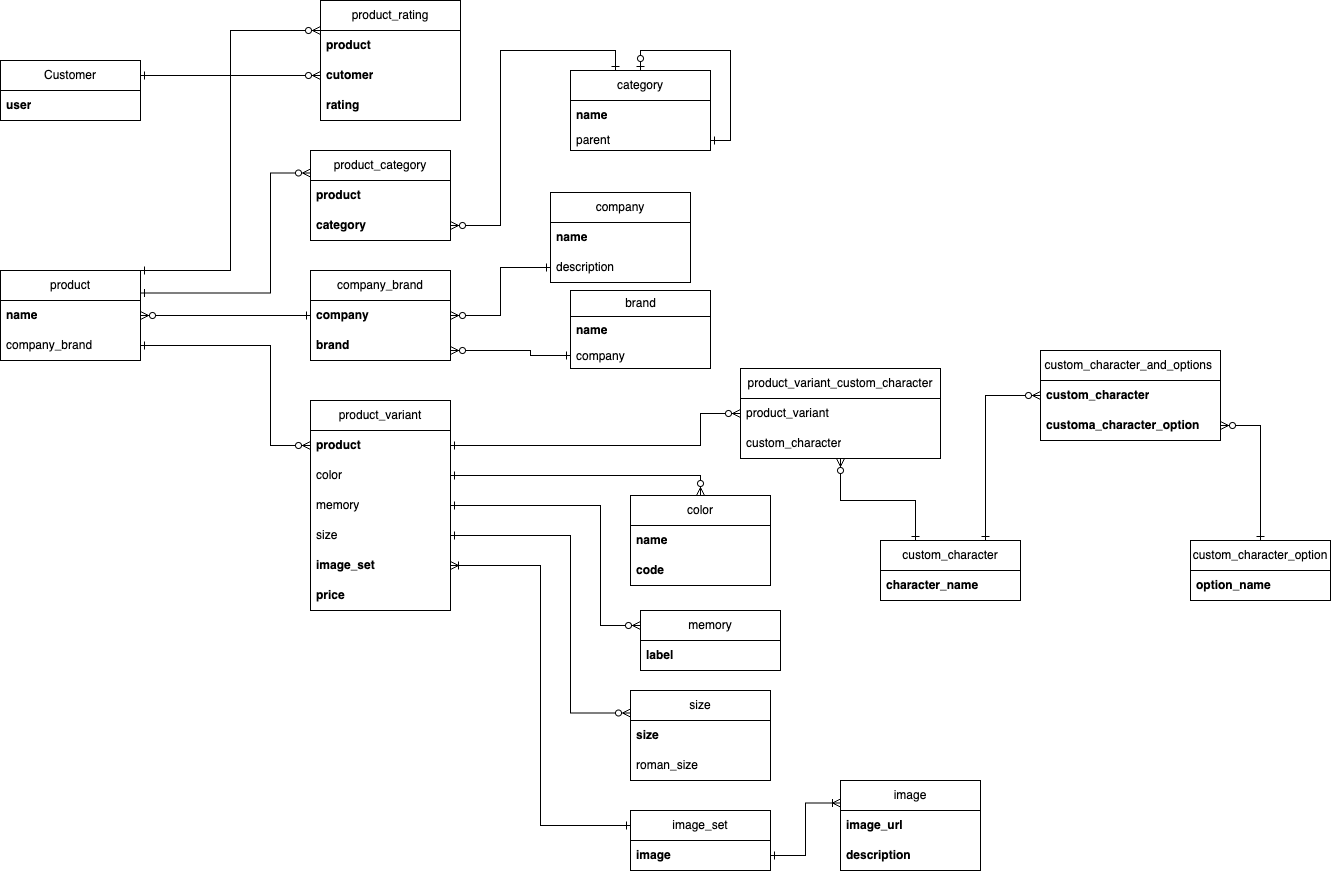
Above: eCommerce.drawio.png in abror2142/my-site (draw.io), before the change. Source tidied: cells renumbered, new cells last; positions are measured from the earlier drawing's top-left corner, leaving out a move shared by most shapes.
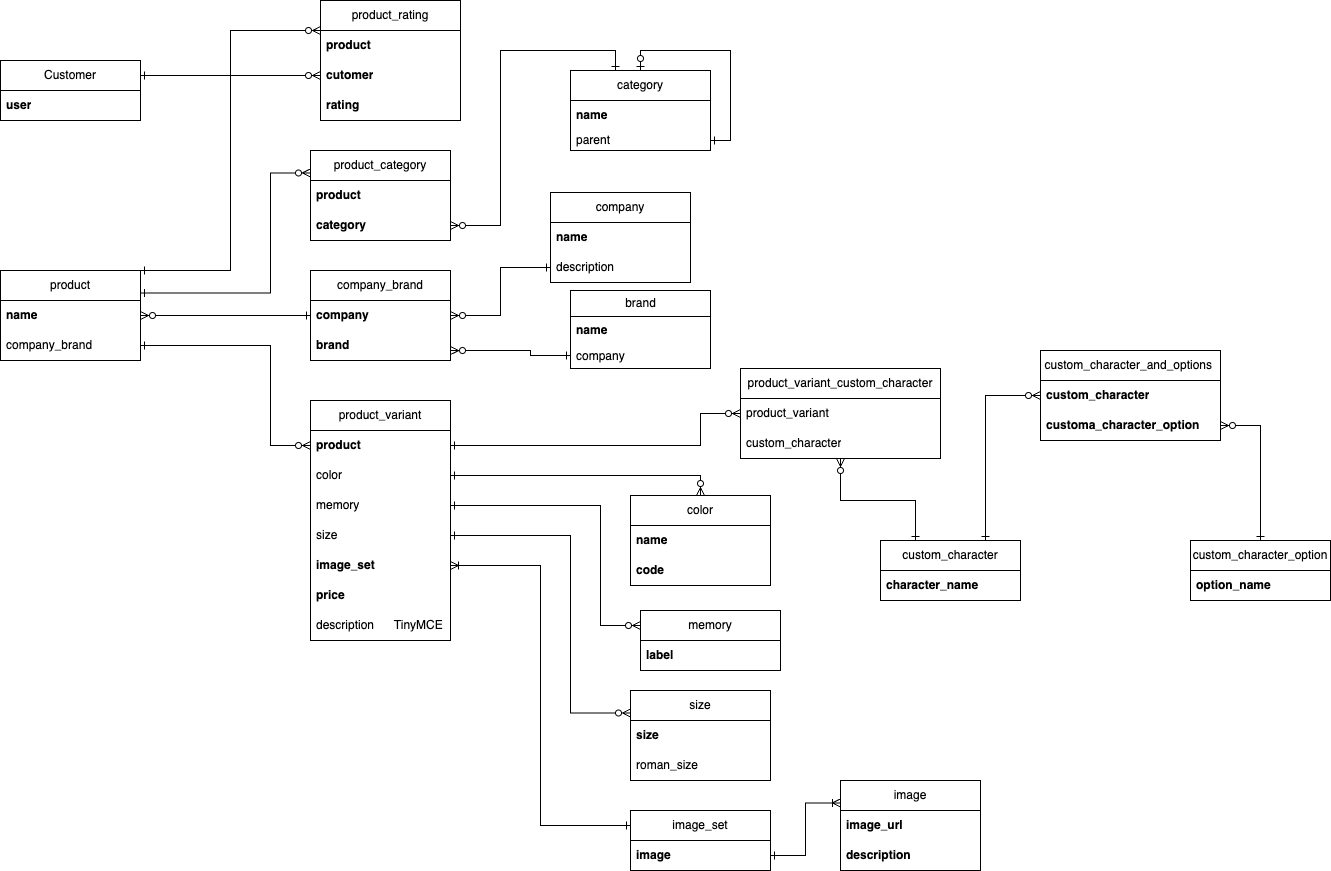
After the commit.

The edit, as a diff of the source:
```diff
@@ -60,7 +60,7 @@
       <mxGeometry y="60" width="140" height="30" as="geometry" />
     </mxCell>
     <mxCell id="21" value="product_variant" style="swimlane;fontStyle=0;horizontal=1;startSize=30;whiteSpace=wrap;html=1;" parent="1" vertex="1">
-      <mxGeometry x="310" y="400" width="140" height="210" as="geometry" />
+      <mxGeometry x="310" y="400" width="140" height="240" as="geometry" />
     </mxCell>
     <mxCell id="22" value="&lt;b&gt;product&lt;/b&gt;" style="text;strokeColor=none;fillColor=none;align=left;verticalAlign=middle;spacingLeft=4;spacingRight=4;overflow=hidden;points=[[0,0.5],[1,0.5]];portConstraint=eastwest;whiteSpace=wrap;html=1;" parent="21" vertex="1">
       <mxGeometry y="30" width="140" height="30" as="geometry" />
@@ -80,6 +80,9 @@
     <mxCell id="27" value="&lt;b&gt;price&lt;/b&gt;" style="text;strokeColor=none;fillColor=none;align=left;verticalAlign=middle;spacingLeft=4;spacingRight=4;overflow=hidden;whiteSpace=wrap;html=1;" parent="21" vertex="1">
       <mxGeometry y="180" width="140" height="30" as="geometry" />
     </mxCell>
+    <mxCell id="74" value="description&amp;nbsp; &amp;nbsp; &amp;nbsp; TinyMCE" style="text;strokeColor=none;fillColor=none;align=left;verticalAlign=middle;spacingLeft=4;spacingRight=4;overflow=hidden;whiteSpace=wrap;html=1;" parent="21" vertex="1">
+      <mxGeometry y="210" width="140" height="30" as="geometry" />
+    </mxCell>
     <mxCell id="28" value="product_variant_custom_character" style="swimlane;fontStyle=0;horizontal=1;startSize=30;whiteSpace=wrap;html=1;" parent="1" vertex="1">
       <mxGeometry x="740" y="368" width="200" height="90" as="geometry" />
     </mxCell>
```
